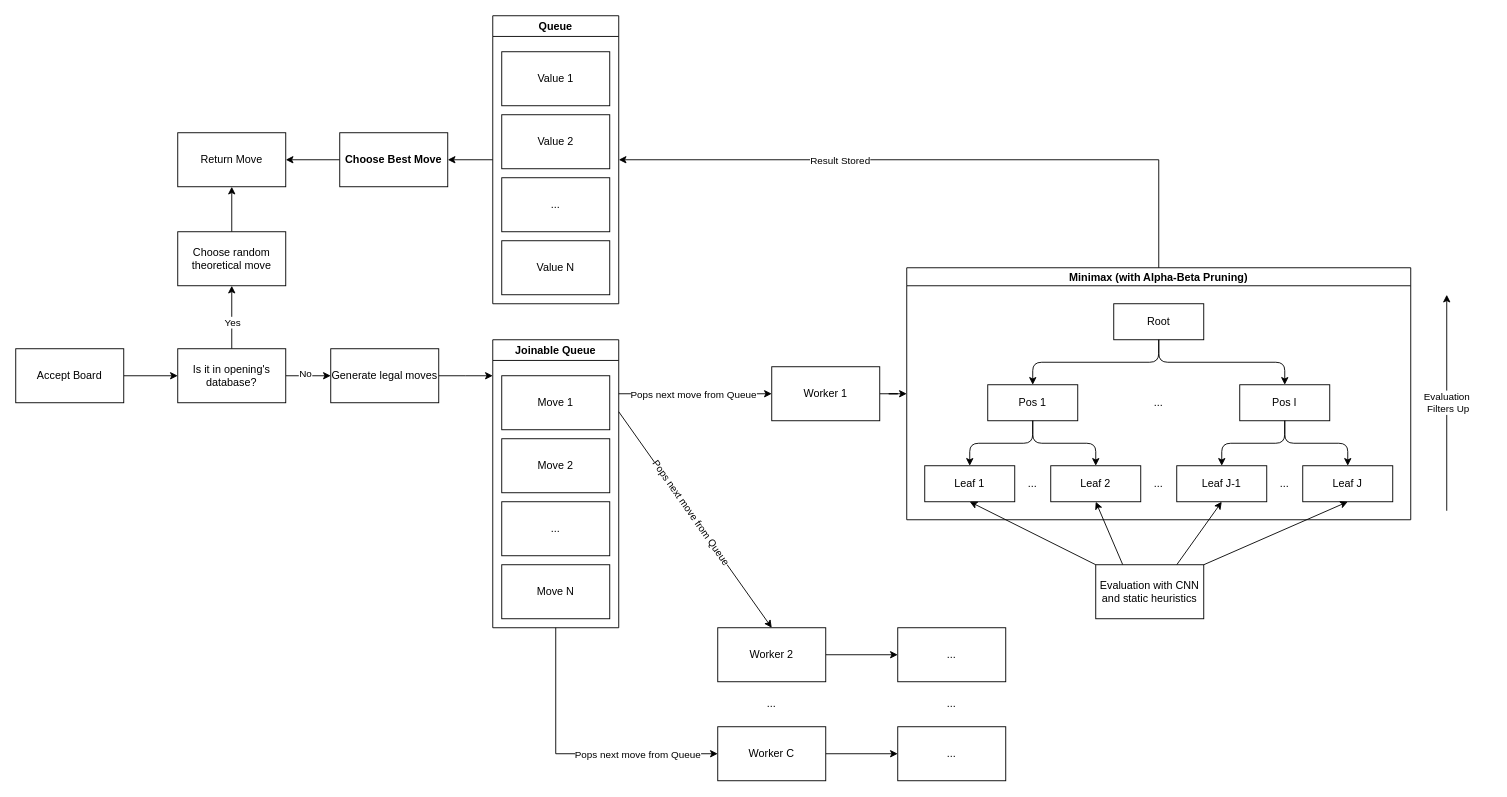
Before: page "Page-1" (1 of 2) of plans and notes/UML plans/poster.drawio in KirilBourakov/PestoFish2, a draw.io diagram. Source tidied: cells renumbered, new cells numbered last; positions are measured from the earlier drawing's top-left corner, leaving out a move shared by most shapes. Both pictures are drawn from the tidied source at 90%, with x=0, y=0 at pixel (15, 15).
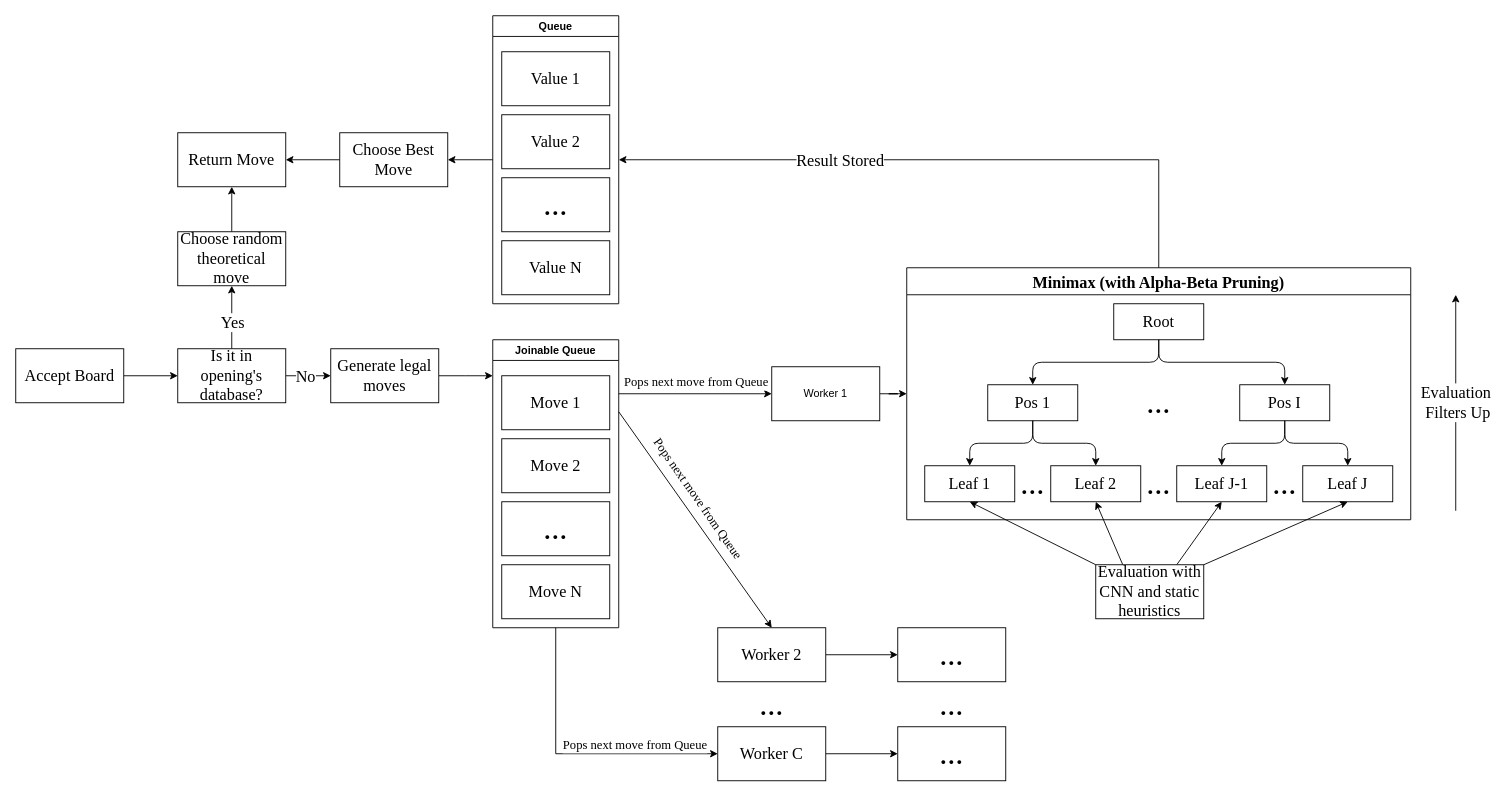
The same page after the edit.

The change refers to these unchanged cells:
```xml
<mxCell id="6" value="Joinable Queue" style="swimlane;whiteSpace=wrap;html=1;" parent="1" vertex="1">
  <mxGeometry x="530" y="360" width="140" height="320" as="geometry" />
</mxCell>
<mxCell id="38" value="Queue" style="swimlane;whiteSpace=wrap;html=1;" parent="1" vertex="1">
  <mxGeometry x="530" width="140" height="320" as="geometry" />
</mxCell>
<mxCell id="43" style="endArrow=classic;html=1;rounded=0;entryX=1;entryY=0.5;entryDx=0;entryDy=0;exitX=0.5;exitY=0;exitDx=0;exitDy=0;" parent="1" edge="1" source="13" target="38">
  <mxGeometry relative="1" as="geometry">
    <Array as="points">
      <mxPoint x="1270" y="160" />
    </Array>
  </mxGeometry>
</mxCell>
<mxCell id="54" style="endArrow=classic;html=1;rounded=0;entryX=0;entryY=0.5;entryDx=0;entryDy=0;" parent="1" edge="1" target="12">
  <mxGeometry relative="1" as="geometry">
    <mxPoint x="670" y="420" as="sourcePoint" />
  </mxGeometry>
</mxCell>
<mxCell id="56" style="endArrow=classic;html=1;rounded=0;exitX=1;exitY=0.25;exitDx=0;exitDy=0;entryX=0.5;entryY=0;entryDx=0;entryDy=0;" parent="1" edge="1" source="6" target="48">
  <mxGeometry relative="1" as="geometry" />
</mxCell>
<mxCell id="58" style="endArrow=classic;html=1;rounded=0;exitX=0.5;exitY=1;exitDx=0;exitDy=0;entryX=0;entryY=0.5;entryDx=0;entryDy=0;" parent="1" edge="1" source="6" target="51">
  <mxGeometry relative="1" as="geometry">
    <Array as="points">
      <mxPoint x="600" y="820" />
    </Array>
  </mxGeometry>
</mxCell>
<mxCell id="60" style="edgeStyle=orthogonalEdgeStyle;rounded=0;jettySize=auto;html=1;" parent="1" edge="1" source="64" target="5">
  <mxGeometry relative="1" as="geometry" />
</mxCell>
<mxCell id="62" style="edgeStyle=orthogonalEdgeStyle;rounded=0;jettySize=auto;html=1;" parent="1" edge="1" source="64" target="66">
  <mxGeometry relative="1" as="geometry" />
</mxCell>
```

The edit, as a diff of the source:
```diff
@@
-    <mxCell id="3" value="Accept Board" style="rounded=0;whiteSpace=wrap;html=1;" parent="1" vertex="1">
+    <mxCell id="3" value="&lt;font face=&quot;Times New Roman&quot; style=&quot;font-size: 18px;&quot;&gt;Accept Board&lt;/font&gt;" style="rounded=0;whiteSpace=wrap;html=1;" parent="1" vertex="1">
       <mxGeometry y="370" width="120" height="60" as="geometry" />
     </mxCell>
@@
-    <mxCell id="5" value="Generate legal moves" style="whiteSpace=wrap;html=1;rounded=0;" parent="1" vertex="1">
+    <mxCell id="5" value="&lt;font style=&quot;font-size: 18px;&quot; face=&quot;Times New Roman&quot;&gt;Generate legal moves&lt;/font&gt;" style="whiteSpace=wrap;html=1;rounded=0;" parent="1" vertex="1">
       <mxGeometry x="350" y="370" width="120" height="60" as="geometry" />
     </mxCell>
@@
-    <mxCell id="7" value="Move 1" style="whiteSpace=wrap;html=1;rounded=0;" parent="6" vertex="1">
+    <mxCell id="7" value="&lt;font face=&quot;Times New Roman&quot; style=&quot;font-size: 18px;&quot;&gt;Move 1&lt;/font&gt;" style="whiteSpace=wrap;html=1;rounded=0;" parent="6" vertex="1">
       <mxGeometry x="10" y="40" width="120" height="60" as="geometry" />
     </mxCell>
-    <mxCell id="8" value="Move 2" style="whiteSpace=wrap;html=1;rounded=0;" parent="6" vertex="1">
+    <mxCell id="8" value="&lt;font face=&quot;Times New Roman&quot; style=&quot;font-size: 18px;&quot;&gt;Move 2&lt;/font&gt;" style="whiteSpace=wrap;html=1;rounded=0;" parent="6" vertex="1">
       <mxGeometry x="10" y="110" width="120" height="60" as="geometry" />
     </mxCell>
-    <mxCell id="9" value="Move N" style="whiteSpace=wrap;html=1;rounded=0;" parent="6" vertex="1">
+    <mxCell id="9" value="&lt;font face=&quot;Times New Roman&quot; style=&quot;font-size: 18px;&quot;&gt;Move N&lt;/font&gt;" style="whiteSpace=wrap;html=1;rounded=0;" parent="6" vertex="1">
       <mxGeometry x="10" y="250" width="120" height="60" as="geometry" />
     </mxCell>
-    <mxCell id="10" value="..." style="whiteSpace=wrap;html=1;rounded=0;" parent="6" vertex="1">
+    <mxCell id="10" value="&lt;font face=&quot;Times New Roman&quot; style=&quot;font-size: 36px;&quot;&gt;...&lt;/font&gt;" style="whiteSpace=wrap;html=1;rounded=0;" parent="6" vertex="1">
       <mxGeometry x="10" y="180" width="120" height="60" as="geometry" />
     </mxCell>
@@
-    <mxCell id="13" value="Minimax (with Alpha-Beta Pruning)" style="swimlane;startSize=20;horizontal=1;horizontalTree=0;sortEdges=1;containerType=tree;fontSize=12;" parent="1" vertex="1">
+    <mxCell id="13" value="Minimax (with Alpha-Beta Pruning)" style="swimlane;startSize=30;horizontal=1;horizontalTree=0;sortEdges=1;containerType=tree;fontSize=18;fontFamily=Times New Roman;" parent="1" vertex="1">
       <mxGeometry x="990" y="280" width="560" height="280" as="geometry" />
     </mxCell>
-    <mxCell id="14" value="Root" style="whiteSpace=wrap;html=1;" parent="13" vertex="1">
+    <mxCell id="14" value="&lt;font style=&quot;font-size: 18px;&quot; face=&quot;Times New Roman&quot;&gt;Root&lt;/font&gt;" style="whiteSpace=wrap;html=1;" parent="13" vertex="1">
       <mxGeometry x="230" y="40" width="100" height="40" as="geometry" />
     </mxCell>
-    <mxCell id="15" value="Pos 1" style="whiteSpace=wrap;html=1;" parent="13" vertex="1">
+    <mxCell id="15" value="&lt;font style=&quot;font-size: 18px;&quot; face=&quot;Times New Roman&quot;&gt;Pos 1&lt;/font&gt;" style="whiteSpace=wrap;html=1;" parent="13" vertex="1">
       <mxGeometry x="90" y="130" width="100" height="40" as="geometry" />
     </mxCell>
@@
-    <mxCell id="17" value="Pos I" style="whiteSpace=wrap;html=1;" parent="13" vertex="1">
+    <mxCell id="17" value="&lt;font style=&quot;font-size: 18px;&quot; face=&quot;Times New Roman&quot;&gt;Pos I&lt;/font&gt;" style="whiteSpace=wrap;html=1;" parent="13" vertex="1">
       <mxGeometry x="370" y="130" width="100" height="40" as="geometry" />
     </mxCell>
@@
-    <mxCell id="20" value="Leaf J-1" style="whiteSpace=wrap;html=1;" parent="13" vertex="1">
+    <mxCell id="20" value="&lt;font style=&quot;font-size: 18px;&quot; face=&quot;Times New Roman&quot;&gt;Leaf J-1&lt;/font&gt;" style="whiteSpace=wrap;html=1;" parent="13" vertex="1">
       <mxGeometry x="300" y="220" width="100" height="40" as="geometry" />
     </mxCell>
@@
-    <mxCell id="22" value="Leaf J" style="whiteSpace=wrap;html=1;" parent="13" vertex="1">
+    <mxCell id="22" value="&lt;font face=&quot;Times New Roman&quot; style=&quot;font-size: 18px;&quot;&gt;Leaf J&lt;/font&gt;" style="whiteSpace=wrap;html=1;" parent="13" vertex="1">
       <mxGeometry x="440" y="220" width="100" height="40" as="geometry" />
     </mxCell>
@@
-    <mxCell id="24" value="Leaf 1" style="whiteSpace=wrap;html=1;" parent="13" vertex="1">
+    <mxCell id="24" value="&lt;font style=&quot;font-size: 18px;&quot; face=&quot;Times New Roman&quot;&gt;Leaf 1&lt;/font&gt;" style="whiteSpace=wrap;html=1;" parent="13" vertex="1">
       <mxGeometry x="20" y="220" width="100" height="40" as="geometry" />
     </mxCell>
@@
-    <mxCell id="26" value="Leaf 2" style="whiteSpace=wrap;html=1;" parent="13" vertex="1">
+    <mxCell id="26" value="&lt;font style=&quot;font-size: 18px;&quot; face=&quot;Times New Roman&quot;&gt;Leaf 2&lt;/font&gt;" style="whiteSpace=wrap;html=1;" parent="13" vertex="1">
       <mxGeometry x="160" y="220" width="100" height="40" as="geometry" />
     </mxCell>
-    <mxCell id="27" value="..." style="text;html=1;align=center;verticalAlign=middle;whiteSpace=wrap;rounded=0;" parent="13" vertex="1">
-      <mxGeometry x="250" y="135" width="60" height="30" as="geometry" />
-    </mxCell>
-    <mxCell id="28" value="..." style="text;html=1;align=center;verticalAlign=middle;whiteSpace=wrap;rounded=0;" parent="13" vertex="1">
-      <mxGeometry x="110" y="225" width="60" height="30" as="geometry" />
-    </mxCell>
-    <mxCell id="29" value="..." style="text;html=1;align=center;verticalAlign=middle;whiteSpace=wrap;rounded=0;" parent="13" vertex="1">
-      <mxGeometry x="250" y="225" width="60" height="30" as="geometry" />
-    </mxCell>
-    <mxCell id="30" value="..." style="text;html=1;align=center;verticalAlign=middle;whiteSpace=wrap;rounded=0;" parent="13" vertex="1">
-      <mxGeometry x="390" y="225" width="60" height="30" as="geometry" />
-    </mxCell>
+    <mxCell id="69" value="&lt;font style=&quot;font-size: 36px;&quot; face=&quot;Times New Roman&quot;&gt;...&lt;/font&gt;" style="text;html=1;align=center;verticalAlign=middle;whiteSpace=wrap;rounded=0;" parent="13" vertex="1">
+      <mxGeometry x="250" y="135" width="60" height="30" as="geometry" />
+    </mxCell>
+    <mxCell id="70" value="&lt;font style=&quot;font-size: 36px;&quot; face=&quot;Times New Roman&quot;&gt;...&lt;/font&gt;" style="text;html=1;align=center;verticalAlign=middle;whiteSpace=wrap;rounded=0;" parent="13" vertex="1">
+      <mxGeometry x="250" y="225" width="60" height="30" as="geometry" />
+    </mxCell>
+    <mxCell id="71" value="&lt;font style=&quot;font-size: 36px;&quot; face=&quot;Times New Roman&quot;&gt;...&lt;/font&gt;" style="text;html=1;align=center;verticalAlign=middle;whiteSpace=wrap;rounded=0;" parent="13" vertex="1">
+      <mxGeometry x="390" y="225" width="60" height="30" as="geometry" />
+    </mxCell>
+    <mxCell id="72" value="&lt;font style=&quot;font-size: 36px;&quot; face=&quot;Times New Roman&quot;&gt;...&lt;/font&gt;" style="text;html=1;align=center;verticalAlign=middle;whiteSpace=wrap;rounded=0;" parent="13" vertex="1">
+      <mxGeometry x="110" y="225" width="60" height="30" as="geometry" />
+    </mxCell>
-    <mxCell id="31" value="Evaluation&lt;br&gt;&amp;nbsp;Filters Up" style="endArrow=classic;html=1;rounded=0;" parent="1" edge="1">
+    <mxCell id="31" value="&lt;font style=&quot;font-size: 18px;&quot; face=&quot;Times New Roman&quot;&gt;Evaluation&lt;br&gt;&amp;nbsp;Filters Up&lt;/font&gt;" style="endArrow=classic;html=1;rounded=0;" parent="1" edge="1">
       <mxGeometry relative="1" as="geometry">
-        <mxPoint x="1590" y="550" as="sourcePoint" />
-        <mxPoint x="1590" y="310" as="targetPoint" />
+        <mxPoint x="1600" y="550" as="sourcePoint" />
+        <mxPoint x="1600" y="310" as="targetPoint" />
       </mxGeometry>
     </mxCell>
@@
-    <mxCell id="36" value="Evaluation with CNN and static heuristics" style="rounded=0;whiteSpace=wrap;html=1;" parent="1" vertex="1">
+    <mxCell id="36" value="&lt;font face=&quot;Times New Roman&quot; style=&quot;font-size: 18px;&quot;&gt;Evaluation with CNN and static heuristics&lt;/font&gt;" style="rounded=0;whiteSpace=wrap;html=1;" parent="1" vertex="1">
       <mxGeometry x="1200" y="610" width="120" height="60" as="geometry" />
     </mxCell>
@@
-    <mxCell id="39" value="Value 1" style="whiteSpace=wrap;html=1;rounded=0;" parent="38" vertex="1">
+    <mxCell id="39" value="&lt;font style=&quot;font-size: 18px;&quot; face=&quot;Times New Roman&quot;&gt;Value 1&lt;/font&gt;" style="whiteSpace=wrap;html=1;rounded=0;" parent="38" vertex="1">
       <mxGeometry x="10" y="40" width="120" height="60" as="geometry" />
     </mxCell>
-    <mxCell id="40" value="Value 2" style="whiteSpace=wrap;html=1;rounded=0;" parent="38" vertex="1">
+    <mxCell id="40" value="&lt;font style=&quot;font-size: 18px;&quot; face=&quot;Times New Roman&quot;&gt;Value 2&lt;/font&gt;" style="whiteSpace=wrap;html=1;rounded=0;" parent="38" vertex="1">
       <mxGeometry x="10" y="110" width="120" height="60" as="geometry" />
     </mxCell>
-    <mxCell id="41" value="Value N" style="whiteSpace=wrap;html=1;rounded=0;" parent="38" vertex="1">
+    <mxCell id="41" value="&lt;font style=&quot;font-size: 18px;&quot; face=&quot;Times New Roman&quot;&gt;Value N&lt;/font&gt;" style="whiteSpace=wrap;html=1;rounded=0;" parent="38" vertex="1">
       <mxGeometry x="10" y="250" width="120" height="60" as="geometry" />
     </mxCell>
-    <mxCell id="42" value="..." style="whiteSpace=wrap;html=1;rounded=0;" parent="38" vertex="1">
+    <mxCell id="42" value="&lt;font style=&quot;font-size: 36px;&quot; face=&quot;Times New Roman&quot;&gt;...&lt;/font&gt;" style="whiteSpace=wrap;html=1;rounded=0;" parent="38" vertex="1">
       <mxGeometry x="10" y="180" width="120" height="60" as="geometry" />
     </mxCell>
@@
-    <mxCell id="44" value="Result Stored" style="edgeLabel;html=1;align=center;verticalAlign=middle;" parent="43" vertex="1">
+    <mxCell id="44" value="&lt;font style=&quot;font-size: 18px;&quot; face=&quot;Times New Roman&quot;&gt;Result Stored&lt;/font&gt;" style="edgeLabel;html=1;align=center;verticalAlign=middle;" parent="43" vertex="1">
       <mxGeometry x="0.32" relative="1" as="geometry" />
     </mxCell>
@@
-    <mxCell id="46" value="Choose Best Move" style="whiteSpace=wrap;html=1;fontStyle=1;startSize=23;" parent="1" vertex="1">
+    <mxCell id="46" value="&lt;font face=&quot;Times New Roman&quot; style=&quot;font-size: 18px; font-weight: normal;&quot;&gt;Choose Best Move&lt;/font&gt;" style="whiteSpace=wrap;html=1;fontStyle=1;startSize=23;" parent="1" vertex="1">
       <mxGeometry x="360" y="130" width="120" height="60" as="geometry" />
     </mxCell>
@@
-    <mxCell id="48" value="Worker 2" style="whiteSpace=wrap;html=1;rounded=0;" parent="1" vertex="1">
+    <mxCell id="48" value="&lt;font face=&quot;Times New Roman&quot; style=&quot;font-size: 18px;&quot;&gt;Worker 2&lt;/font&gt;" style="whiteSpace=wrap;html=1;rounded=0;" parent="1" vertex="1">
       <mxGeometry x="780" y="680" width="120" height="60" as="geometry" />
     </mxCell>
-    <mxCell id="49" value="..." style="whiteSpace=wrap;html=1;rounded=0;" parent="1" vertex="1">
+    <mxCell id="49" value="&lt;span style=&quot;font-family: &amp;quot;Times New Roman&amp;quot;; font-size: 36px;&quot;&gt;...&lt;/span&gt;" style="whiteSpace=wrap;html=1;rounded=0;" parent="1" vertex="1">
       <mxGeometry x="980" y="680" width="120" height="60" as="geometry" />
     </mxCell>
@@
-    <mxCell id="51" value="Worker C" style="whiteSpace=wrap;html=1;rounded=0;" parent="1" vertex="1">
+    <mxCell id="51" value="&lt;font face=&quot;Times New Roman&quot; style=&quot;font-size: 18px;&quot;&gt;Worker C&lt;/font&gt;" style="whiteSpace=wrap;html=1;rounded=0;" parent="1" vertex="1">
       <mxGeometry x="780" y="790" width="120" height="60" as="geometry" />
     </mxCell>
-    <mxCell id="52" value="..." style="whiteSpace=wrap;html=1;rounded=0;" parent="1" vertex="1">
+    <mxCell id="52" value="&lt;span style=&quot;font-family: &amp;quot;Times New Roman&amp;quot;; font-size: 36px;&quot;&gt;...&lt;/span&gt;" style="whiteSpace=wrap;html=1;rounded=0;" parent="1" vertex="1">
       <mxGeometry x="980" y="790" width="120" height="60" as="geometry" />
     </mxCell>
-    <mxCell id="53" value="..." style="text;html=1;align=center;verticalAlign=middle;whiteSpace=wrap;rounded=0;" parent="1" vertex="1">
+    <mxCell id="53" value="&lt;font style=&quot;font-size: 36px;&quot; face=&quot;Times New Roman&quot;&gt;...&lt;/font&gt;" style="text;html=1;align=center;verticalAlign=middle;whiteSpace=wrap;rounded=0;" parent="1" vertex="1">
       <mxGeometry x="810" y="750" width="60" height="30" as="geometry" />
     </mxCell>
@@
-    <mxCell id="55" value="Pops next move from Queue" style="edgeLabel;html=1;align=center;verticalAlign=middle;" parent="54" vertex="1">
-      <mxGeometry x="-0.03" relative="1" as="geometry" />
+    <mxCell id="55" value="&lt;font style=&quot;font-size: 14px;&quot; face=&quot;Times New Roman&quot;&gt;Pops next move from Queue&lt;/font&gt;" style="edgeLabel;html=1;align=center;verticalAlign=middle;rotation=0;" parent="54" vertex="1">
+      <mxGeometry relative="1" as="geometry">
+        <mxPoint y="-13" as="offset" />
+      </mxGeometry>
     </mxCell>
@@
-    <mxCell id="57" value="Pops next move from Queue" style="edgeLabel;html=1;align=center;verticalAlign=middle;rotation=55;" parent="56" vertex="1">
-      <mxGeometry x="-0.13" y="1" relative="1" as="geometry">
-        <mxPoint x="6" y="7" as="offset" />
+    <mxCell id="57" value="&lt;font face=&quot;Times New Roman&quot; style=&quot;font-size: 14px;&quot;&gt;Pops next move from Queue&lt;/font&gt;" style="edgeLabel;html=1;align=center;verticalAlign=middle;rotation=55;" parent="56" vertex="1">
+      <mxGeometry x="-0.16" y="1" relative="1" as="geometry">
+        <mxPoint x="15" y="-4" as="offset" />
       </mxGeometry>
     </mxCell>
@@
-    <mxCell id="59" value="Pops next move from Queue" style="edgeLabel;html=1;align=center;verticalAlign=middle;" parent="58" vertex="1">
+    <mxCell id="59" value="&lt;font style=&quot;font-size: 14px;&quot; face=&quot;Times New Roman&quot;&gt;Pops next move from Queue&lt;/font&gt;" style="edgeLabel;html=1;align=center;verticalAlign=middle;" parent="58" vertex="1">
       <mxGeometry x="0.18" y="-1" relative="1" as="geometry">
-        <mxPoint x="41" y="-1" as="offset" />
+        <mxPoint x="38" y="-11" as="offset" />
       </mxGeometry>
     </mxCell>
@@
-    <mxCell id="61" value="No" style="edgeLabel;html=1;align=center;verticalAlign=middle;" parent="60" vertex="1">
-      <mxGeometry x="-0.16" y="3" relative="1" as="geometry" />
+    <mxCell id="61" value="&lt;font style=&quot;font-size: 18px;&quot; face=&quot;Times New Roman&quot;&gt;No&lt;/font&gt;" style="edgeLabel;html=1;align=center;verticalAlign=middle;" parent="60" vertex="1">
+      <mxGeometry x="-0.16" y="3" relative="1" as="geometry">
+        <mxPoint y="3" as="offset" />
+      </mxGeometry>
     </mxCell>
@@
-    <mxCell id="63" value="Yes" style="edgeLabel;html=1;align=center;verticalAlign=middle;" parent="62" vertex="1">
+    <mxCell id="63" value="&lt;font style=&quot;font-size: 18px;&quot; face=&quot;Times New Roman&quot;&gt;Yes&lt;/font&gt;" style="edgeLabel;html=1;align=center;verticalAlign=middle;" parent="62" vertex="1">
       <mxGeometry x="0.18" y="-3" relative="1" as="geometry">
         <mxPoint x="-3" y="11" as="offset" />
       </mxGeometry>
     </mxCell>
-    <mxCell id="64" value="Is it in opening's database?" style="rounded=0;whiteSpace=wrap;html=1;" parent="1" vertex="1">
+    <mxCell id="64" value="&lt;font face=&quot;Times New Roman&quot; style=&quot;font-size: 18px;&quot;&gt;Is it in opening's database?&lt;/font&gt;" style="rounded=0;whiteSpace=wrap;html=1;" parent="1" vertex="1">
       <mxGeometry x="180" y="370" width="120" height="60" as="geometry" />
     </mxCell>
@@
-    <mxCell id="66" value="Choose random theoretical move" style="whiteSpace=wrap;html=1;rounded=0;" parent="1" vertex="1">
+    <mxCell id="66" value="&lt;font face=&quot;Times New Roman&quot; style=&quot;font-size: 18px;&quot;&gt;Choose random theoretical move&lt;/font&gt;" style="whiteSpace=wrap;html=1;rounded=0;" parent="1" vertex="1">
       <mxGeometry x="180" y="240" width="120" height="60" as="geometry" />
     </mxCell>
-    <mxCell id="67" value="Return Move" style="whiteSpace=wrap;html=1;rounded=0;" parent="1" vertex="1">
+    <mxCell id="67" value="&lt;font style=&quot;font-size: 18px;&quot; face=&quot;Times New Roman&quot;&gt;Return Move&lt;/font&gt;" style="whiteSpace=wrap;html=1;rounded=0;" parent="1" vertex="1">
       <mxGeometry x="180" y="130" width="120" height="60" as="geometry" />
     </mxCell>
-    <mxCell id="68" value="..." style="text;html=1;align=center;verticalAlign=middle;whiteSpace=wrap;rounded=0;" parent="1" vertex="1">
-      <mxGeometry x="1010" y="750" width="60" height="30" as="geometry" />
-    </mxCell>
+    <mxCell id="73" value="&lt;font style=&quot;font-size: 36px;&quot; face=&quot;Times New Roman&quot;&gt;...&lt;/font&gt;" style="text;html=1;align=center;verticalAlign=middle;whiteSpace=wrap;rounded=0;" parent="1" vertex="1">
+      <mxGeometry x="1010" y="750" width="60" height="30" as="geometry" />
+    </mxCell>
```
